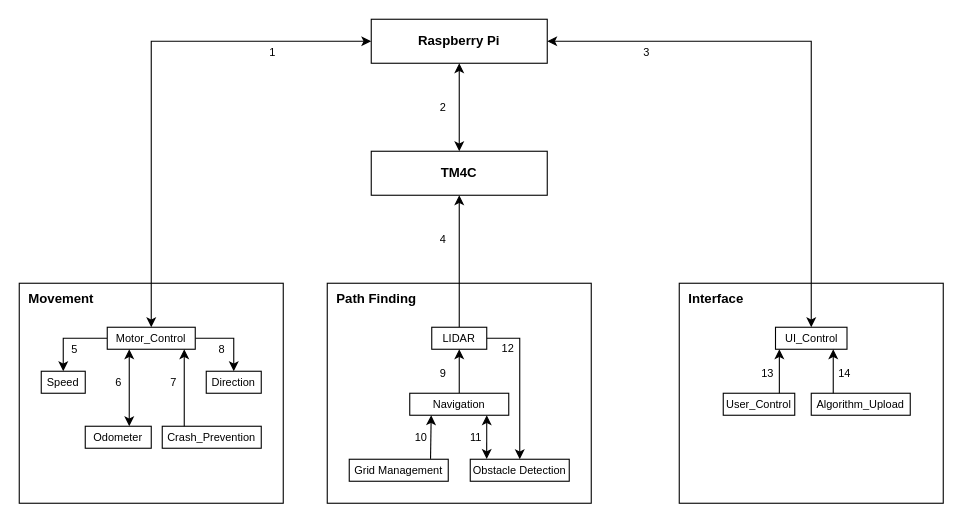
tragicfall/Senior-Design keeps this draw.io diagram as documentation/ArchitecturalDesignSpecification/drawio/data_flow.drawio. Above is the earlier version. Source tidied: cells renumbered, new cells numbered last; positions are measured from the earlier drawing's top-left corner, leaving out a move shared by most shapes. Both pictures are drawn from the tidied source at 110%, with x=0, y=0 at pixel (19, 19).
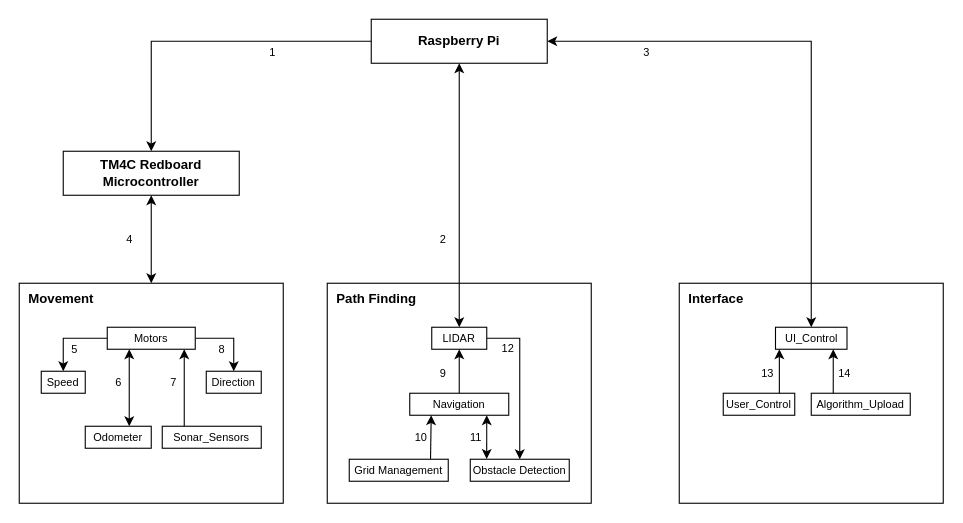
The same page after the edit.

Unchanged cells that the change refers to:
```xml
<mxCell id="2" value="Raspberry Pi" style="rounded=0;whiteSpace=wrap;html=1;fontStyle=1;" parent="1" vertex="1">
  <mxGeometry x="320" width="160" height="40" as="geometry" />
</mxCell>
<mxCell id="7" value="&lt;b&gt;&amp;nbsp; Movement&lt;/b&gt;" style="rounded=0;whiteSpace=wrap;html=1;align=left;verticalAlign=top;" parent="1" vertex="1">
  <mxGeometry y="240" width="240" height="200" as="geometry" />
</mxCell>
<mxCell id="17" value="&lt;font style=&quot;font-size: 10px;&quot;&gt;LIDAR&lt;/font&gt;" style="rounded=0;whiteSpace=wrap;html=1;" parent="1" vertex="1">
  <mxGeometry x="375" y="280" width="50" height="20" as="geometry" />
</mxCell>
```

What changed in the source:
```diff
@@
-    <mxCell id="3" style="edgeStyle=orthogonalEdgeStyle;rounded=0;jettySize=auto;html=1;exitX=0.5;exitY=0;exitDx=0;exitDy=0;entryX=0.5;entryY=1;entryDx=0;entryDy=0;startArrow=classic;startFill=1;" parent="1" edge="1" source="4" target="2">
-      <mxGeometry relative="1" as="geometry" />
-    </mxCell>
-    <mxCell id="4" value="&lt;b&gt;TM4C&lt;/b&gt;" style="rounded=0;whiteSpace=wrap;html=1;" parent="1" vertex="1">
-      <mxGeometry x="320" y="120" width="160" height="40" as="geometry" />
-    </mxCell>
@@
-    <mxCell id="10" value="&lt;font style=&quot;font-size: 10px;&quot;&gt;Motor_Control&lt;/font&gt;" style="rounded=0;whiteSpace=wrap;html=1;" parent="1" vertex="1">
+    <mxCell id="10" value="&lt;font style=&quot;font-size: 10px;&quot;&gt;Motors&lt;/font&gt;" style="rounded=0;whiteSpace=wrap;html=1;" parent="1" vertex="1">
       <mxGeometry x="80" y="280" width="80" height="20" as="geometry" />
     </mxCell>
@@
-    <mxCell id="14" value="&lt;font style=&quot;font-size: 10px;&quot;&gt;Crash_Prevention&lt;/font&gt;" style="rounded=0;whiteSpace=wrap;html=1;" parent="1" vertex="1">
+    <mxCell id="14" value="&lt;font style=&quot;font-size: 10px;&quot;&gt;Sonar_Sensors&lt;/font&gt;" style="rounded=0;whiteSpace=wrap;html=1;" parent="1" vertex="1">
       <mxGeometry x="130" y="370" width="90" height="20" as="geometry" />
     </mxCell>
-    <mxCell id="15" style="edgeStyle=orthogonalEdgeStyle;rounded=0;jettySize=auto;html=1;exitX=0.5;exitY=0;exitDx=0;exitDy=0;entryX=0.5;entryY=1;entryDx=0;entryDy=0;" parent="1" edge="1" source="17" target="4">
-      <mxGeometry relative="1" as="geometry" />
-    </mxCell>
@@
-    <mxCell id="27" style="edgeStyle=orthogonalEdgeStyle;rounded=0;jettySize=auto;html=1;exitX=0;exitY=0.5;exitDx=0;exitDy=0;entryX=0.5;entryY=0;entryDx=0;entryDy=0;startArrow=classic;startFill=1;" parent="1" edge="1" source="2" target="10">
+    <mxCell id="27" style="edgeStyle=orthogonalEdgeStyle;rounded=0;jettySize=auto;html=1;exitX=0;exitY=0.5;exitDx=0;exitDy=0;entryX=0.5;entryY=0;entryDx=0;entryDy=0;startArrow=none;startFill=0;endArrow=classic;endFill=1;" parent="1" edge="1" source="2" target="48">
       <mxGeometry relative="1" as="geometry" />
     </mxCell>
@@
     <mxCell id="33" value="&lt;font style=&quot;font-size: 10px;&quot;&gt;2&lt;/font&gt;" style="text;html=1;align=center;verticalAlign=middle;strokeColor=none;fillColor=none;spacing=-3;" parent="1" vertex="1">
-      <mxGeometry x="375" y="70" width="20" height="20" as="geometry" />
+      <mxGeometry x="375" y="190" width="20" height="20" as="geometry" />
     </mxCell>
-    <mxCell id="34" value="&lt;font style=&quot;font-size: 10px;&quot;&gt;4&lt;/font&gt;" style="text;html=1;align=center;verticalAlign=middle;strokeColor=none;fillColor=none;spacing=-3;" parent="1" vertex="1">
-      <mxGeometry x="375" y="190" width="20" height="20" as="geometry" />
-    </mxCell>
@@
+    <mxCell id="47" style="edgeStyle=orthogonalEdgeStyle;rounded=0;jettySize=auto;html=1;entryX=0.5;entryY=0;entryDx=0;entryDy=0;startArrow=classic;startFill=1;" parent="1" edge="1" source="48" target="7">
+      <mxGeometry relative="1" as="geometry" />
+    </mxCell>
+    <mxCell id="48" value="&lt;b&gt;TM4C Redboard Microcontroller&lt;/b&gt;" style="rounded=0;whiteSpace=wrap;html=1;" parent="1" vertex="1">
+      <mxGeometry x="40" y="120" width="160" height="40" as="geometry" />
+    </mxCell>
+    <mxCell id="34" value="&lt;font style=&quot;font-size: 10px;&quot;&gt;4&lt;/font&gt;" style="text;html=1;align=center;verticalAlign=middle;strokeColor=none;fillColor=none;spacing=-3;" parent="1" vertex="1">
+      <mxGeometry x="90" y="190" width="20" height="20" as="geometry" />
+    </mxCell>
+    <mxCell id="49" style="edgeStyle=orthogonalEdgeStyle;rounded=0;jettySize=auto;html=1;exitX=0.5;exitY=0;exitDx=0;exitDy=0;entryX=0.5;entryY=1;entryDx=0;entryDy=0;startArrow=classic;startFill=1;" parent="1" edge="1" source="17" target="2">
+      <mxGeometry relative="1" as="geometry" />
+    </mxCell>
```
